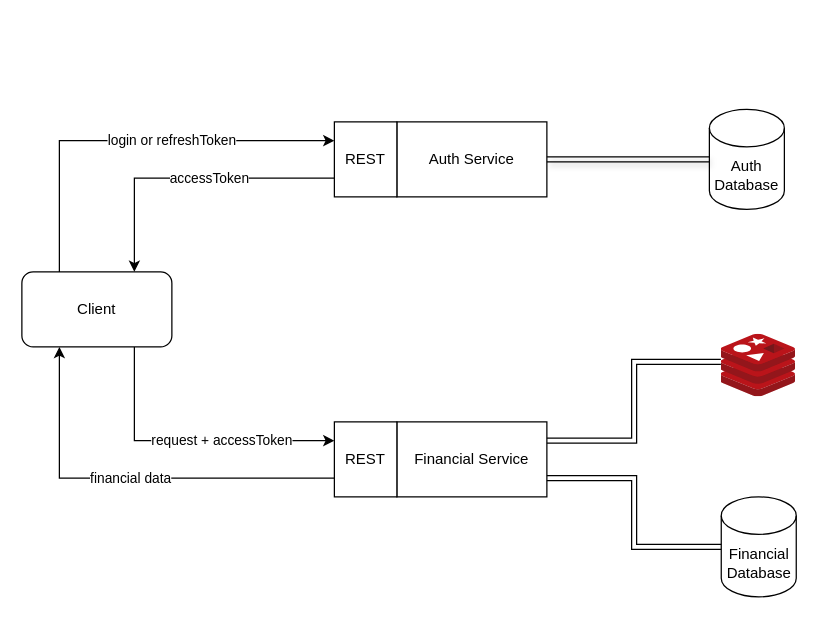
Above: docs/markdown/diagrams/general-flow.drawio in shimisnow/poc-nestjs (draw.io), before the change. Source tidied: cells renumbered, new cells numbered last; positions are measured from the earlier drawing's top-left corner, leaving out a move shared by most shapes. Both pictures are drawn from the tidied source at 125%, with x=0, y=0 at pixel (21, 109).
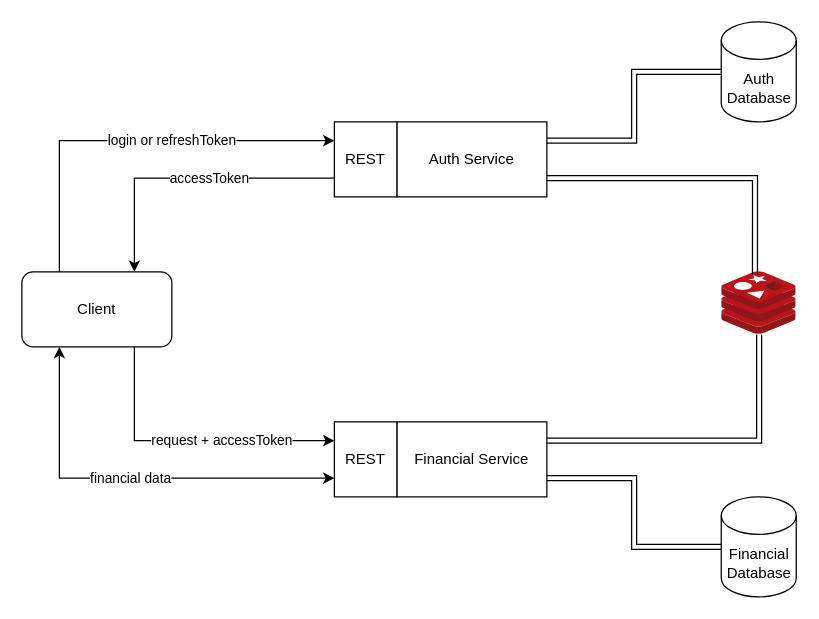
The same diagram, later.

The edit, as a diff of the source:
```diff
@@
 <mxGraphModel>
   <root>
     <mxCell id="0" />
     <mxCell id="1" parent="0" />
     <mxCell id="2" value="login or refreshToken" style="edgeStyle=orthogonalEdgeStyle;rounded=0;jettySize=auto;html=1;exitX=0.25;exitY=0;exitDx=0;exitDy=0;entryX=0;entryY=0.25;entryDx=0;entryDy=0;" parent="1" edge="1" source="4" target="8">
       <mxGeometry x="0.2" relative="1" as="geometry" />
     </mxCell>
     <mxCell id="3" value="request + accessToken" style="edgeStyle=orthogonalEdgeStyle;rounded=0;jettySize=auto;html=1;exitX=0.75;exitY=1;exitDx=0;exitDy=0;entryX=0;entryY=0.25;entryDx=0;entryDy=0;" parent="1" edge="1" source="4" target="12">
       <mxGeometry x="0.23" relative="1" as="geometry" />
     </mxCell>
     <mxCell id="4" value="Client" style="rounded=1;whiteSpace=wrap;html=1;" parent="1" vertex="1">
       <mxGeometry y="130" width="120" height="60" as="geometry" />
     </mxCell>
     <mxCell id="5" value="Auth&lt;br&gt;Database" style="shape=cylinder3;whiteSpace=wrap;html=1;boundedLbl=1;backgroundOutline=1;size=15;" parent="1" vertex="1">
-      <mxGeometry x="550" width="60" height="80" as="geometry" />
+      <mxGeometry x="559.5" y="-70" width="60" height="80" as="geometry" />
     </mxCell>
     <mxCell id="6" value="Auth Service" style="rounded=0;whiteSpace=wrap;html=1;" parent="1" vertex="1">
       <mxGeometry x="300" y="10" width="120" height="60" as="geometry" />
     </mxCell>
     <mxCell id="7" value="accessToken" style="edgeStyle=orthogonalEdgeStyle;rounded=0;jettySize=auto;html=1;exitX=0;exitY=0.75;exitDx=0;exitDy=0;entryX=0.75;entryY=0;entryDx=0;entryDy=0;" parent="1" edge="1" source="8" target="4">
       <mxGeometry x="-0.15" relative="1" as="geometry" />
     </mxCell>
     <mxCell id="8" value="REST" style="rounded=0;whiteSpace=wrap;html=1;" parent="1" vertex="1">
       <mxGeometry x="250" y="10" width="50" height="60" as="geometry" />
     </mxCell>
-    <mxCell id="9" style="edgeStyle=orthogonalEdgeStyle;rounded=0;jettySize=auto;html=1;exitX=1;exitY=0.5;exitDx=0;exitDy=0;entryX=0;entryY=0.5;entryDx=0;entryDy=0;entryPerimeter=0;shadow=1;shape=link;" parent="1" edge="1" source="6" target="5">
-      <mxGeometry relative="1" as="geometry" />
-    </mxCell>
+    <mxCell id="16" style="edgeStyle=orthogonalEdgeStyle;rounded=0;jettySize=auto;html=1;exitX=1;exitY=0.25;exitDx=0;exitDy=0;shape=link;" parent="1" edge="1" source="10" target="14">
+      <mxGeometry relative="1" as="geometry" />
+    </mxCell>
     <mxCell id="10" value="Financial Service" style="rounded=0;whiteSpace=wrap;html=1;" parent="1" vertex="1">
       <mxGeometry x="300" y="250" width="120" height="60" as="geometry" />
     </mxCell>
-    <mxCell id="11" value="financial data" style="edgeStyle=orthogonalEdgeStyle;rounded=0;jettySize=auto;html=1;exitX=0;exitY=0.75;exitDx=0;exitDy=0;entryX=0.25;entryY=1;entryDx=0;entryDy=0;" parent="1" edge="1" source="12" target="4">
+    <mxCell id="11" value="financial data" style="edgeStyle=orthogonalEdgeStyle;rounded=0;jettySize=auto;html=1;exitX=0;exitY=0.75;exitDx=0;exitDy=0;entryX=0.25;entryY=1;entryDx=0;entryDy=0;startArrow=classic;startFill=1;" parent="1" edge="1" source="12" target="4">
       <mxGeometry relative="1" as="geometry" />
     </mxCell>
     <mxCell id="12" value="REST" style="rounded=0;whiteSpace=wrap;html=1;" parent="1" vertex="1">
       <mxGeometry x="250" y="250" width="50" height="60" as="geometry" />
     </mxCell>
     <mxCell id="13" value="Financial&lt;br&gt;Database" style="shape=cylinder3;whiteSpace=wrap;html=1;boundedLbl=1;backgroundOutline=1;size=15;" parent="1" vertex="1">
       <mxGeometry x="559.5" y="310" width="60" height="80" as="geometry" />
     </mxCell>
     <mxCell id="14" style="image;sketch=0;html=1;points=[];align=center;fontSize=12;image=img/lib/mscae/Cache_Redis_Product.svg;" parent="1" vertex="1">
-      <mxGeometry x="559.5" y="180" width="59.5" height="50" as="geometry" />
+      <mxGeometry x="560" y="130" width="59.5" height="50" as="geometry" />
     </mxCell>
     <mxCell id="15" style="edgeStyle=orthogonalEdgeStyle;rounded=0;jettySize=auto;html=1;exitX=1;exitY=0.75;exitDx=0;exitDy=0;entryX=0;entryY=0.5;entryDx=0;entryDy=0;entryPerimeter=0;shape=link;" parent="1" edge="1" source="10" target="13">
       <mxGeometry relative="1" as="geometry" />
     </mxCell>
-    <mxCell id="16" style="edgeStyle=orthogonalEdgeStyle;rounded=0;jettySize=auto;html=1;exitX=1;exitY=0.25;exitDx=0;exitDy=0;entryX=-0.005;entryY=0.44;entryDx=0;entryDy=0;entryPerimeter=0;shape=link;" parent="1" edge="1" source="10" target="14">
-      <mxGeometry relative="1" as="geometry" />
-    </mxCell>
+    <mxCell id="9" style="edgeStyle=orthogonalEdgeStyle;rounded=0;jettySize=auto;html=1;exitX=1;exitY=0.25;exitDx=0;exitDy=0;entryX=0;entryY=0.5;entryDx=0;entryDy=0;entryPerimeter=0;shape=link;" parent="1" edge="1" source="6" target="5">
+      <mxGeometry relative="1" as="geometry" />
+    </mxCell>
+    <mxCell id="17" style="edgeStyle=orthogonalEdgeStyle;rounded=0;jettySize=auto;html=1;exitX=1;exitY=0.75;exitDx=0;exitDy=0;entryX=0.445;entryY=0.044;entryDx=0;entryDy=0;entryPerimeter=0;shape=link;" parent="1" edge="1" source="6" target="14">
+      <mxGeometry relative="1" as="geometry" />
+    </mxCell>
   </root>
 </mxGraphModel>
```
